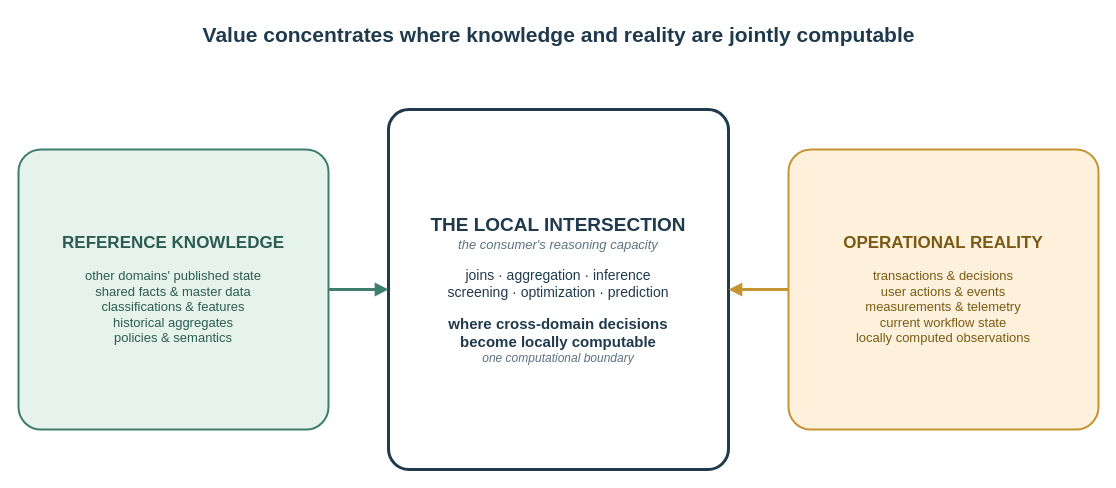
The draw.io diagram content/posts/freshness-isnt-the-only-axis/local-intersection.drawio in AlexeyEvlampiev/alexeyevlampiev.github.io, before the edit. Source tidied: cells renumbered, new cells numbered last; positions are measured from the earlier drawing's top-left corner, leaving out a move shared by most shapes. Both pictures are drawn from the tidied source at 100%, with x=0, y=0 at pixel (18, 17).
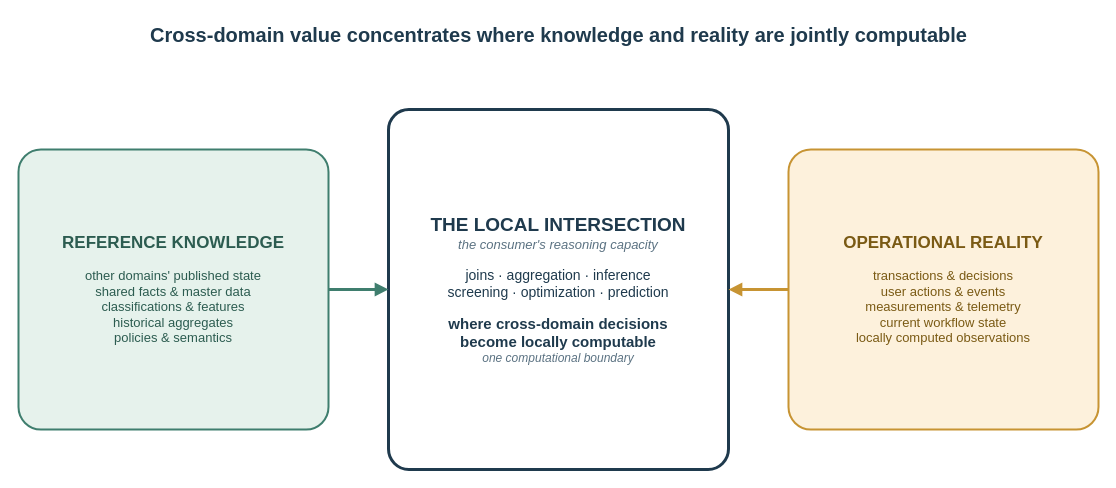
The same diagram, later.

Diff of the diagram source:
```diff
@@
 <mxGraphModel>
   <root>
     <mxCell id="0" />
     <mxCell id="1" parent="0" />
-    <mxCell id="2" value="Value concentrates where knowledge and reality are jointly computable" style="text;html=1;fontSize=21;fontStyle=1;fontColor=#1f3a4d;align=center;verticalAlign=middle;" parent="1" vertex="1">
+    <mxCell id="2" value="Cross-domain value concentrates where knowledge and reality are jointly computable" style="text;html=1;fontSize=20;fontStyle=1;fontColor=#1f3a4d;align=center;verticalAlign=middle;" parent="1" vertex="1">
       <mxGeometry width="1080" height="34" as="geometry" />
     </mxCell>
     <mxCell id="3" value="&lt;font style=&quot;font-size:17px&quot;&gt;&lt;b&gt;REFERENCE KNOWLEDGE&lt;/b&gt;&lt;/font&gt;&lt;br&gt;&lt;br&gt;&lt;font style=&quot;font-size:13px&quot;&gt;other domains&amp;#39; published state&lt;br&gt;shared facts &amp;amp; master data&lt;br&gt;classifications &amp;amp; features&lt;br&gt;historical aggregates&lt;br&gt;policies &amp;amp; semantics&lt;/font&gt;" style="rounded=1;whiteSpace=wrap;html=1;fillColor=#e6f2ec;strokeColor=#3f7e6e;strokeWidth=2;fontColor=#2c5c50;arcSize=8;verticalAlign=middle;" parent="1" vertex="1">
       <mxGeometry y="132" width="310" height="280" as="geometry" />
     </mxCell>
     <mxCell id="4" value="&lt;font style=&quot;font-size:17px&quot;&gt;&lt;b&gt;OPERATIONAL REALITY&lt;/b&gt;&lt;/font&gt;&lt;br&gt;&lt;br&gt;&lt;font style=&quot;font-size:13px&quot;&gt;transactions &amp;amp; decisions&lt;br&gt;user actions &amp;amp; events&lt;br&gt;measurements &amp;amp; telemetry&lt;br&gt;current workflow state&lt;br&gt;locally computed observations&lt;/font&gt;" style="rounded=1;whiteSpace=wrap;html=1;fillColor=#fdf1dc;strokeColor=#c79433;strokeWidth=2;fontColor=#7a5a14;arcSize=8;verticalAlign=middle;" parent="1" vertex="1">
       <mxGeometry x="770" y="132" width="310" height="280" as="geometry" />
     </mxCell>
     <mxCell id="5" value="&lt;font style=&quot;font-size:19px&quot;&gt;&lt;b&gt;THE LOCAL INTERSECTION&lt;/b&gt;&lt;/font&gt;&lt;br&gt;&lt;font style=&quot;font-size:13px&quot; color=&quot;#5b7282&quot;&gt;&lt;i&gt;the consumer&amp;#39;s reasoning capacity&lt;/i&gt;&lt;/font&gt;&lt;br&gt;&lt;br&gt;&lt;font style=&quot;font-size:14px&quot;&gt;joins &amp;#183; aggregation &amp;#183; inference&lt;br&gt;screening &amp;#183; optimization &amp;#183; prediction&lt;/font&gt;&lt;br&gt;&lt;br&gt;&lt;font style=&quot;font-size:15px&quot; color=&quot;#1f3a4d&quot;&gt;&lt;b&gt;where cross-domain decisions&lt;br&gt;become locally computable&lt;/b&gt;&lt;/font&gt;&lt;br&gt;&lt;font style=&quot;font-size:12px&quot; color=&quot;#5b7282&quot;&gt;&lt;i&gt;one computational boundary&lt;/i&gt;&lt;/font&gt;" style="rounded=1;whiteSpace=wrap;html=1;fillColor=#ffffff;strokeColor=#1f3a4d;strokeWidth=3;fontColor=#1f3a4d;arcSize=6;verticalAlign=middle;" parent="1" vertex="1">
       <mxGeometry x="370" y="92" width="340" height="360" as="geometry" />
     </mxCell>
     <mxCell id="6" style="endArrow=block;html=1;strokeColor=#3f7e6e;strokeWidth=3;exitX=1;exitY=0.5;exitDx=0;exitDy=0;entryX=0;entryY=0.5;entryDx=0;entryDy=0;" parent="1" edge="1" source="3" target="5">
       <mxGeometry relative="1" as="geometry" />
     </mxCell>
     <mxCell id="7" style="endArrow=block;html=1;strokeColor=#c79433;strokeWidth=3;exitX=0;exitY=0.5;exitDx=0;exitDy=0;entryX=1;entryY=0.5;entryDx=0;entryDy=0;" parent="1" edge="1" source="4" target="5">
       <mxGeometry relative="1" as="geometry" />
     </mxCell>
   </root>
 </mxGraphModel>
```
